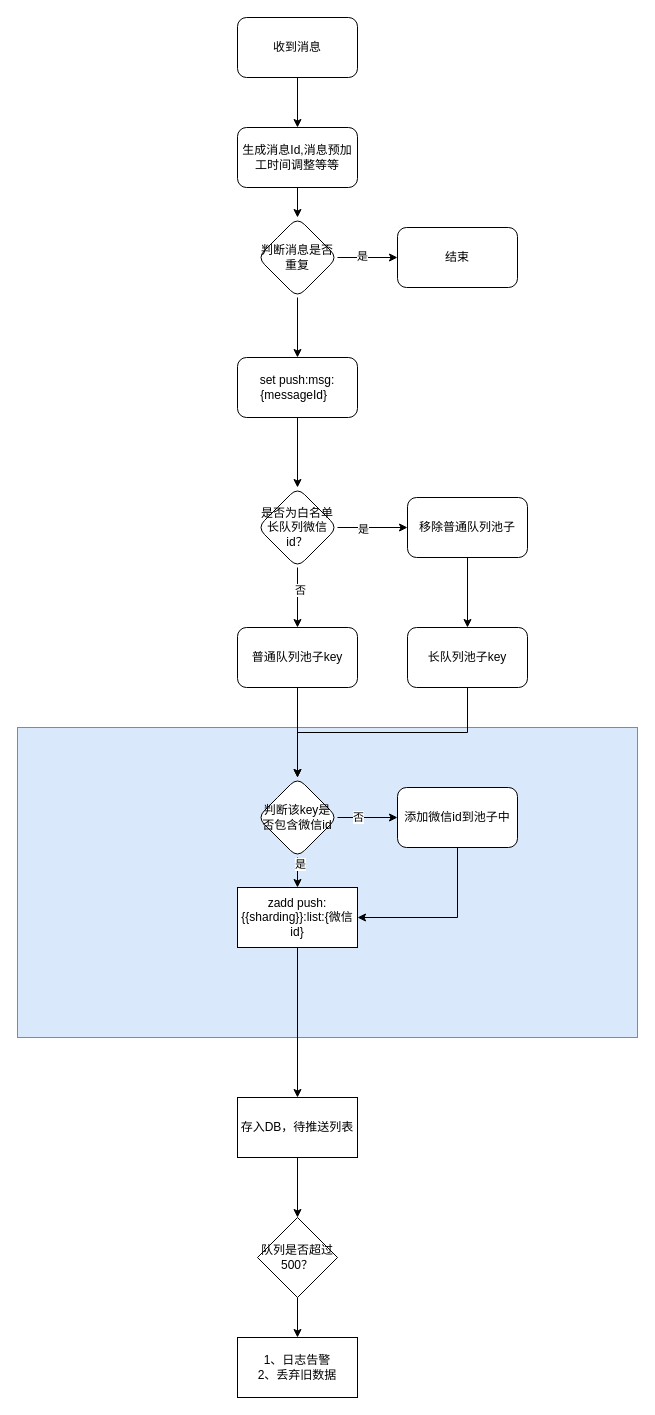
This is miyuan/推送服务-存入redis.drawio from smallleaf/draw.io, a draw.io file, before an edit. Source tidied: cells renumbered, new cells numbered last; positions are measured from the earlier drawing's top-left corner, leaving out a move shared by most shapes. Both pictures are drawn from the tidied source at 100%, with x=0, y=0 at pixel (17, 17).
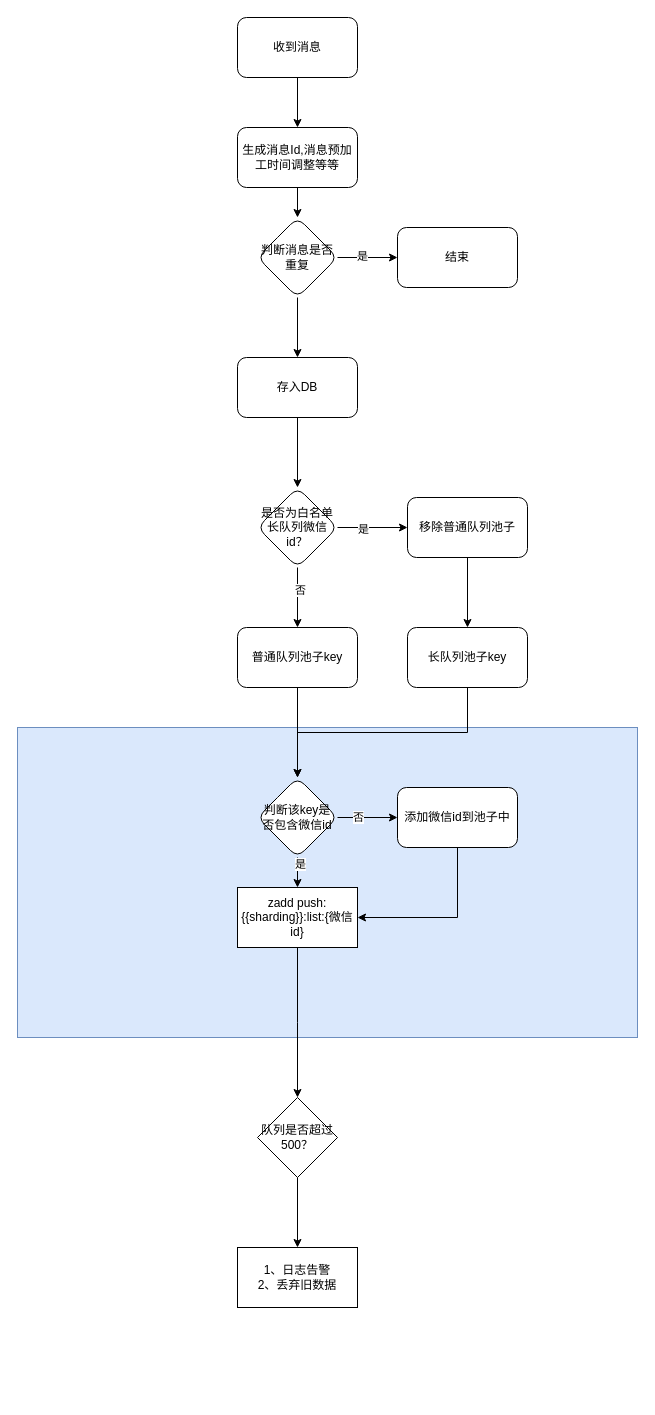
Above is the later version.

Commit message:
更新推送服务-存入redis.drawio

Unchanged cells that the change refers to:
```xml
<mxCell id="28" value="zadd push:{{sharding}}:list:{微信id}" style="whiteSpace=wrap;html=1;" parent="1" vertex="1">
  <mxGeometry x="220" y="870" width="120" height="60" as="geometry" />
</mxCell>
```

Diff of the diagram source:
```diff
@@
-    <mxCell id="8" value="set push:msg:{messageId}&amp;nbsp;&amp;nbsp;" style="rounded=1;whiteSpace=wrap;html=1;" parent="1" vertex="1">
+    <mxCell id="8" value="存入DB" style="rounded=1;whiteSpace=wrap;html=1;" parent="1" vertex="1">
       <mxGeometry x="220" y="340" width="120" height="60" as="geometry" />
     </mxCell>
@@
-    <mxCell id="27" style="edgeStyle=orthogonalEdgeStyle;rounded=0;jettySize=auto;html=1;exitX=0.5;exitY=1;exitDx=0;exitDy=0;entryX=0.5;entryY=0;entryDx=0;entryDy=0;" parent="1" edge="1" source="28" target="33">
-      <mxGeometry relative="1" as="geometry" />
+    <mxCell id="27" style="edgeStyle=orthogonalEdgeStyle;rounded=0;jettySize=auto;html=1;exitX=0.5;exitY=1;exitDx=0;exitDy=0;entryX=0.5;entryY=0;entryDx=0;entryDy=0;" parent="1" edge="1" source="28">
+      <mxGeometry relative="1" as="geometry">
+        <mxPoint x="280" y="1080" as="targetPoint" />
+      </mxGeometry>
     </mxCell>
@@
     <mxCell id="30" value="队列是否超过500？" style="rhombus;whiteSpace=wrap;html=1;" parent="1" vertex="1">
-      <mxGeometry x="240" y="1200" width="80" height="80" as="geometry" />
+      <mxGeometry x="240" y="1080" width="80" height="80" as="geometry" />
     </mxCell>
     <mxCell id="31" value="1、日志告警&lt;div&gt;2、丢弃旧数据&lt;/div&gt;" style="whiteSpace=wrap;html=1;" parent="1" vertex="1">
-      <mxGeometry x="220" y="1320" width="120" height="60" as="geometry" />
+      <mxGeometry x="220" y="1230" width="120" height="60" as="geometry" />
     </mxCell>
-    <mxCell id="32" style="edgeStyle=orthogonalEdgeStyle;rounded=0;jettySize=auto;html=1;exitX=0.5;exitY=1;exitDx=0;exitDy=0;entryX=0.5;entryY=0;entryDx=0;entryDy=0;" parent="1" edge="1" source="33" target="30">
-      <mxGeometry relative="1" as="geometry" />
-    </mxCell>
-    <mxCell id="33" value="存入DB，待推送列表" style="whiteSpace=wrap;html=1;" parent="1" vertex="1">
-      <mxGeometry x="220" y="1080" width="120" height="60" as="geometry" />
-    </mxCell>
```
